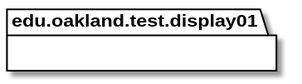
This is docs/uml-class-diagrams/display01/test/Display01TestPackage_InternalDependencies.svg from andrewdimmer/csi-3370-software-project, a PlantUML export, as it was before one commit.
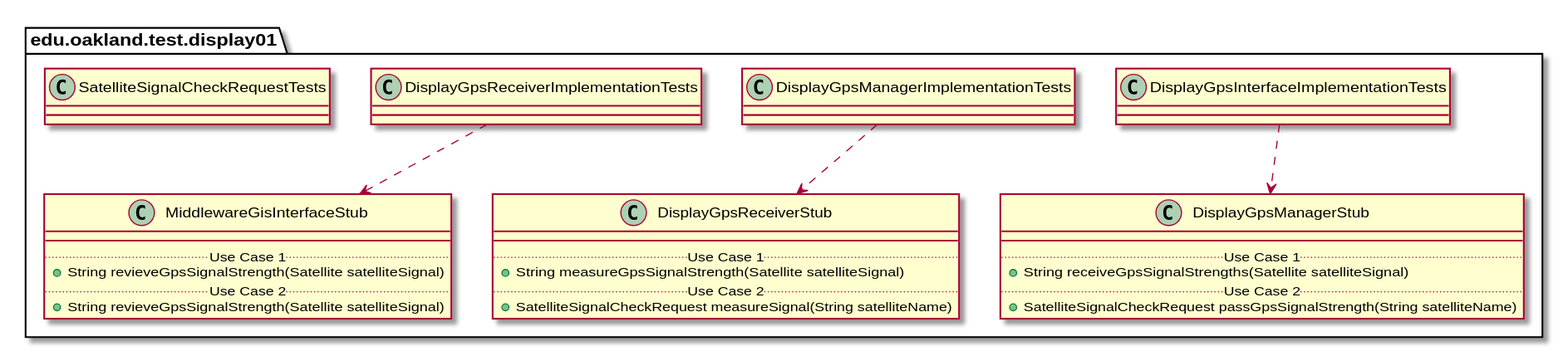
Later version of the same file.

What changed in the source:
```diff
@@ -4,4 +4,72 @@
 
 }
 
+
+package edu.oakland.test.display01 {
+    class DisplayGpsInterfaceImplementationTests {
+
+    }
+}
+
+
+
+package edu.oakland.test.display01 {
+    class DisplayGpsManagerStub {
+        __
+        .. Use Case 1 ..
+        + String receiveGpsSignalStrengths(Satellite satelliteSignal)
+        .. Use Case 2 ..
+        + SatelliteSignalCheckRequest passGpsSignalStrength(String satelliteName)
+    }
+}
+
+DisplayGpsInterfaceImplementationTests ..> DisplayGpsManagerStub
+
+package edu.oakland.test.display01 {
+    class DisplayGpsManagerImplementationTests {
+
+    }
+}
+
+
+
+package edu.oakland.test.display01 {
+    class DisplayGpsReceiverStub {
+        __
+        .. Use Case 1 ..
+        + String measureGpsSignalStrength(Satellite satelliteSignal)
+        .. Use Case 2 ..
+        + SatelliteSignalCheckRequest measureSignal(String satelliteName)
+    }
+}
+
+DisplayGpsManagerImplementationTests ..> DisplayGpsReceiverStub
+
+package edu.oakland.test.display01 {
+    class DisplayGpsReceiverImplementationTests {
+
+    }
+}
+
+
+
+package edu.oakland.test.display01 {
+    class MiddlewareGisInterfaceStub {
+        __
+        .. Use Case 1 ..
+        + String revieveGpsSignalStrength(Satellite satelliteSignal)
+        .. Use Case 2 ..
+        + String revieveGpsSignalStrength(Satellite satelliteSignal)
+    }
+}
+
+DisplayGpsReceiverImplementationTests ..> MiddlewareGisInterfaceStub
+
+package edu.oakland.test.display01 {
+    class SatelliteSignalCheckRequestTests {
+
+    }
+}
+
+
 @enduml
```
